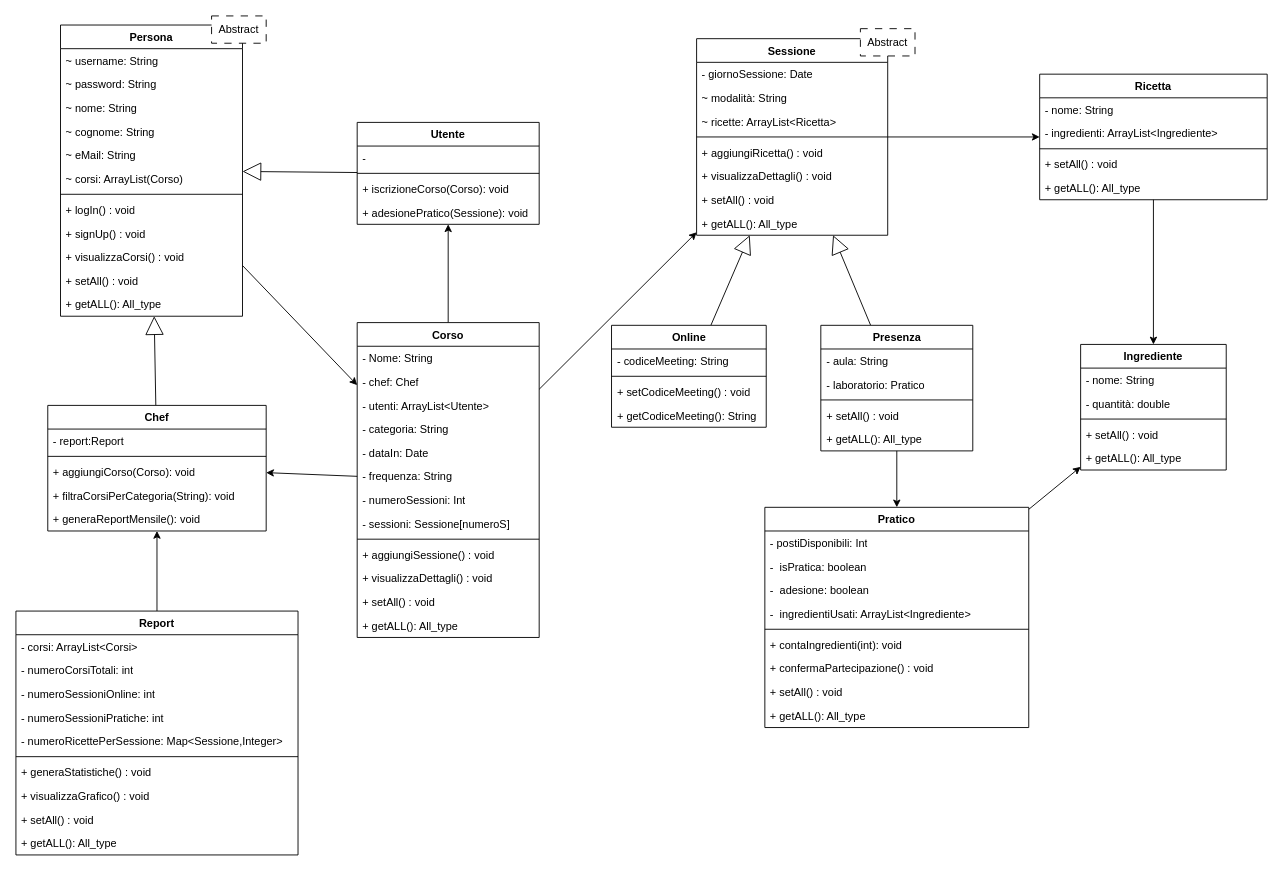
This is page "UMLOBJ" (1 of 2) of obj/uml/UML1.drawio from MetisWastaken/UninaFoodLab, a draw.io file, before an edit. Source tidied: cells renumbered, new cells numbered last; positions are measured from the earlier drawing's top-left corner, leaving out a move shared by most shapes. Both pictures are drawn from the tidied source at 91%, with x=0, y=0 at pixel (15, 15).
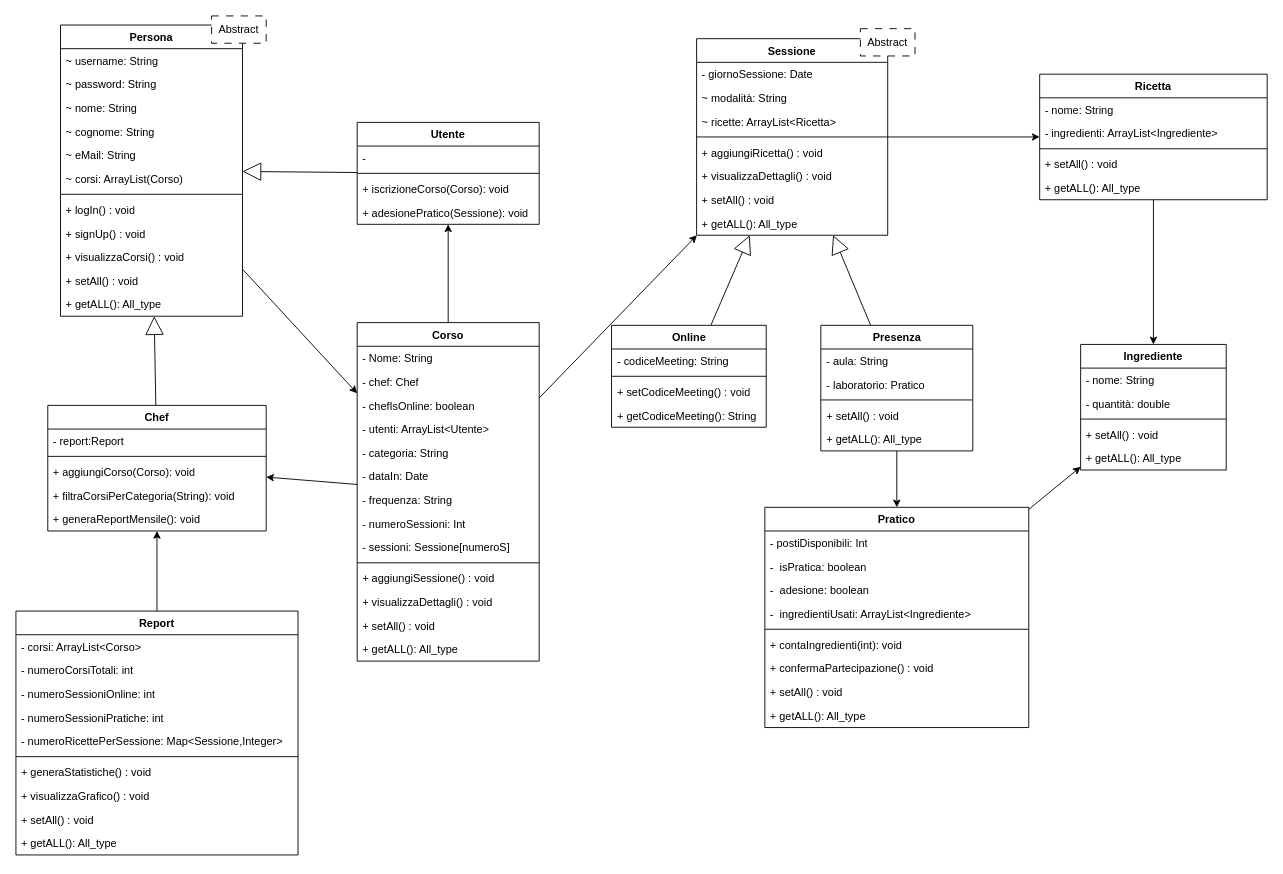
The same diagram, later.

Unchanged cells that the change refers to:
```xml
<mxCell id="90" value="Report" style="swimlane;align=center;verticalAlign=top;horizontal=1;startSize=26;whiteSpace=wrap;html=1;" parent="1" vertex="1">
  <mxGeometry y="654" width="310" height="268" as="geometry" />
</mxCell>
```

Change to the diagram source:
```diff
@@
     <mxCell id="5" value="Corso" style="swimlane;align=center;verticalAlign=top;horizontal=1;startSize=26;whiteSpace=wrap;html=1;" parent="1" vertex="1">
-      <mxGeometry x="375" y="337" width="200" height="346" as="geometry" />
+      <mxGeometry x="375" y="337" width="200" height="372" as="geometry" />
     </mxCell>
@@
+    <mxCell id="108" value="- chefIsOnline: boolean" style="text;strokeColor=none;fillColor=none;align=left;verticalAlign=top;spacingLeft=4;spacingRight=4;overflow=hidden;whiteSpace=wrap;html=1;" parent="5" vertex="1">
+      <mxGeometry y="78" width="200" height="26" as="geometry" />
+    </mxCell>
     <mxCell id="8" value="- utenti: ArrayList&amp;lt;Utente&amp;gt;" style="text;strokeColor=none;fillColor=none;align=left;verticalAlign=top;spacingLeft=4;spacingRight=4;overflow=hidden;whiteSpace=wrap;html=1;" parent="5" vertex="1">
-      <mxGeometry y="78" width="200" height="26" as="geometry" />
+      <mxGeometry y="104" width="200" height="26" as="geometry" />
     </mxCell>
     <mxCell id="9" value="- categoria: String" style="text;strokeColor=none;fillColor=none;align=left;verticalAlign=top;spacingLeft=4;spacingRight=4;overflow=hidden;whiteSpace=wrap;html=1;" parent="5" vertex="1">
-      <mxGeometry y="104" width="200" height="26" as="geometry" />
+      <mxGeometry y="130" width="200" height="26" as="geometry" />
     </mxCell>
     <mxCell id="10" value="- dataIn: Date" style="text;strokeColor=none;fillColor=none;align=left;verticalAlign=top;spacingLeft=4;spacingRight=4;overflow=hidden;whiteSpace=wrap;html=1;" parent="5" vertex="1">
-      <mxGeometry y="130" width="200" height="26" as="geometry" />
+      <mxGeometry y="156" width="200" height="26" as="geometry" />
     </mxCell>
     <mxCell id="11" value="- frequenza: String" style="text;strokeColor=none;fillColor=none;align=left;verticalAlign=top;spacingLeft=4;spacingRight=4;overflow=hidden;whiteSpace=wrap;html=1;" parent="5" vertex="1">
-      <mxGeometry y="156" width="200" height="26" as="geometry" />
+      <mxGeometry y="182" width="200" height="26" as="geometry" />
     </mxCell>
     <mxCell id="12" value="- numeroSessioni: Int" style="text;strokeColor=none;fillColor=none;align=left;verticalAlign=top;spacingLeft=4;spacingRight=4;overflow=hidden;whiteSpace=wrap;html=1;" parent="5" vertex="1">
-      <mxGeometry y="182" width="200" height="26" as="geometry" />
+      <mxGeometry y="208" width="200" height="26" as="geometry" />
     </mxCell>
     <mxCell id="13" value="- sessioni: Sessione[numeroS]" style="text;strokeColor=none;fillColor=none;align=left;verticalAlign=top;spacingLeft=4;spacingRight=4;overflow=hidden;whiteSpace=wrap;html=1;" parent="5" vertex="1">
-      <mxGeometry y="208" width="200" height="26" as="geometry" />
+      <mxGeometry y="234" width="200" height="26" as="geometry" />
     </mxCell>
     <mxCell id="14" style="line;strokeWidth=1;fillColor=none;align=left;verticalAlign=middle;spacingTop=-1;spacingLeft=3;spacingRight=3;labelPosition=right;strokeColor=inherit;" parent="5" vertex="1">
-      <mxGeometry y="234" width="200" height="8" as="geometry" />
+      <mxGeometry y="260" width="200" height="8" as="geometry" />
     </mxCell>
     <mxCell id="15" value="+ aggiungiSessione() : void" style="text;strokeColor=none;fillColor=none;align=left;verticalAlign=top;spacingLeft=4;spacingRight=4;overflow=hidden;whiteSpace=wrap;html=1;" parent="5" vertex="1">
-      <mxGeometry y="242" width="200" height="26" as="geometry" />
+      <mxGeometry y="268" width="200" height="26" as="geometry" />
     </mxCell>
     <mxCell id="16" value="+ visualizzaDettagli() : void" style="text;strokeColor=none;fillColor=none;align=left;verticalAlign=top;spacingLeft=4;spacingRight=4;overflow=hidden;whiteSpace=wrap;html=1;" parent="5" vertex="1">
-      <mxGeometry y="268" width="200" height="26" as="geometry" />
+      <mxGeometry y="294" width="200" height="26" as="geometry" />
     </mxCell>
     <mxCell id="17" value="+ setAll() : void" style="text;strokeColor=none;fillColor=none;align=left;verticalAlign=top;spacingLeft=4;spacingRight=4;overflow=hidden;whiteSpace=wrap;html=1;" parent="5" vertex="1">
-      <mxGeometry y="294" width="200" height="26" as="geometry" />
+      <mxGeometry y="320" width="200" height="26" as="geometry" />
     </mxCell>
     <mxCell id="18" value="+ getALL(): All_type" style="text;strokeColor=none;fillColor=none;align=left;verticalAlign=top;spacingLeft=4;spacingRight=4;overflow=hidden;whiteSpace=wrap;html=1;" parent="5" vertex="1">
-      <mxGeometry y="320" width="200" height="26" as="geometry" />
+      <mxGeometry y="346" width="200" height="26" as="geometry" />
     </mxCell>
@@
-    <mxCell id="91" value="- corsi: ArrayList&amp;lt;Corsi&amp;gt;" style="text;strokeColor=none;fillColor=none;align=left;verticalAlign=top;spacingLeft=4;spacingRight=4;overflow=hidden;whiteSpace=wrap;html=1;" parent="90" vertex="1">
+    <mxCell id="91" value="- corsi: ArrayList&amp;lt;Corso&amp;gt;" style="text;strokeColor=none;fillColor=none;align=left;verticalAlign=top;spacingLeft=4;spacingRight=4;overflow=hidden;whiteSpace=wrap;html=1;" parent="90" vertex="1">
       <mxGeometry y="26" width="310" height="26" as="geometry" />
     </mxCell>
```
